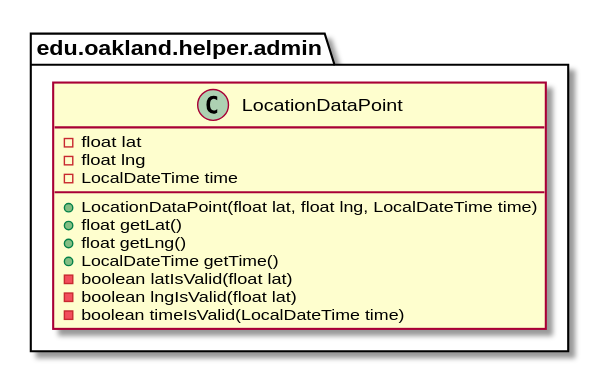
Earlier version of the PlantUML export docs/uml-class-diagrams/admin/helper/LocationDataPoint/LocationDataPoint_DirectDependencies.svg (andrewdimmer/csi-3370-software-project).
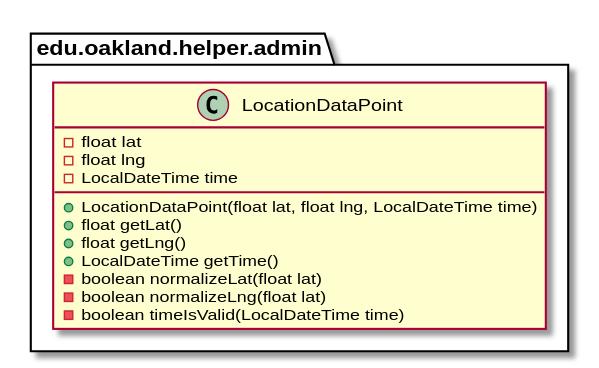
After the commit.

The edit, as a diff of the source:
```diff
@@ -10,8 +10,8 @@
         + float getLat()
         + float getLng()
         + LocalDateTime getTime()
-        - boolean latIsValid(float lat)
-        - boolean lngIsValid(float lat)
+        - boolean normalizeLat(float lat)
+        - boolean normalizeLng(float lat)
         - boolean timeIsValid(LocalDateTime time)
     }
 }
```
